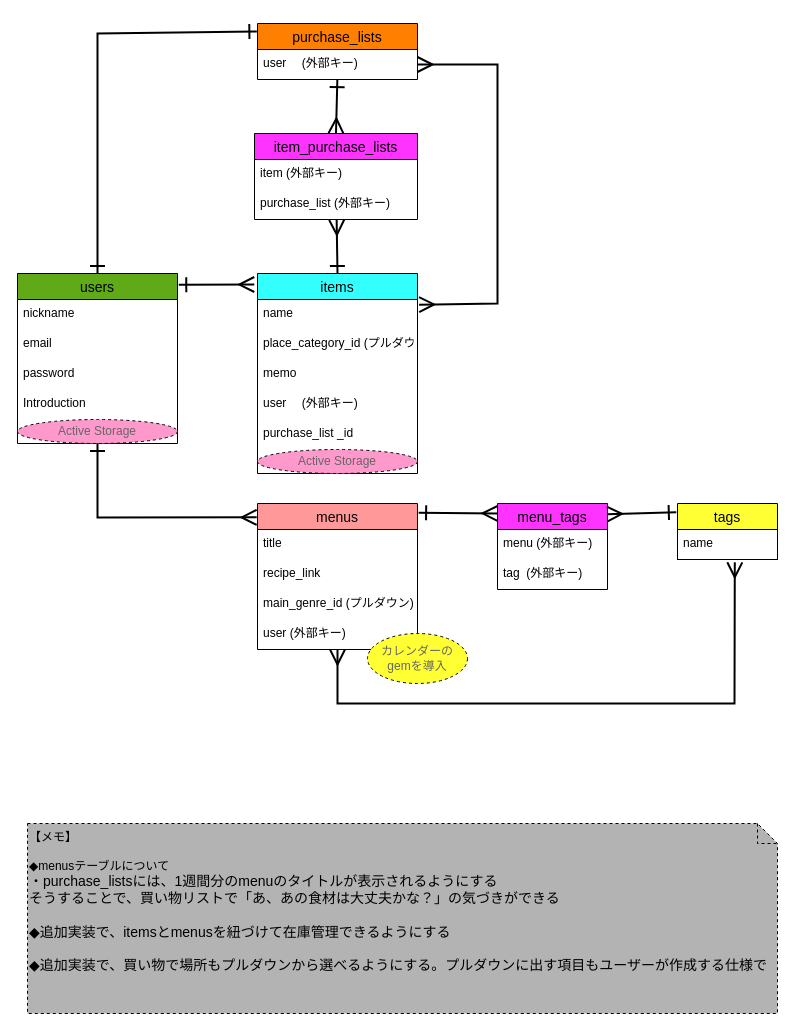
The draw.io diagram page "案1" (1 of 2) of ER.dio in miyazato1872/shopping_memo, before the edit. Source tidied: cells renumbered, new cells numbered last; positions are measured from the earlier drawing's top-left corner, leaving out a move shared by most shapes. Both pictures are drawn from the tidied source at 100%, with x=0, y=0 at pixel (17, 23).
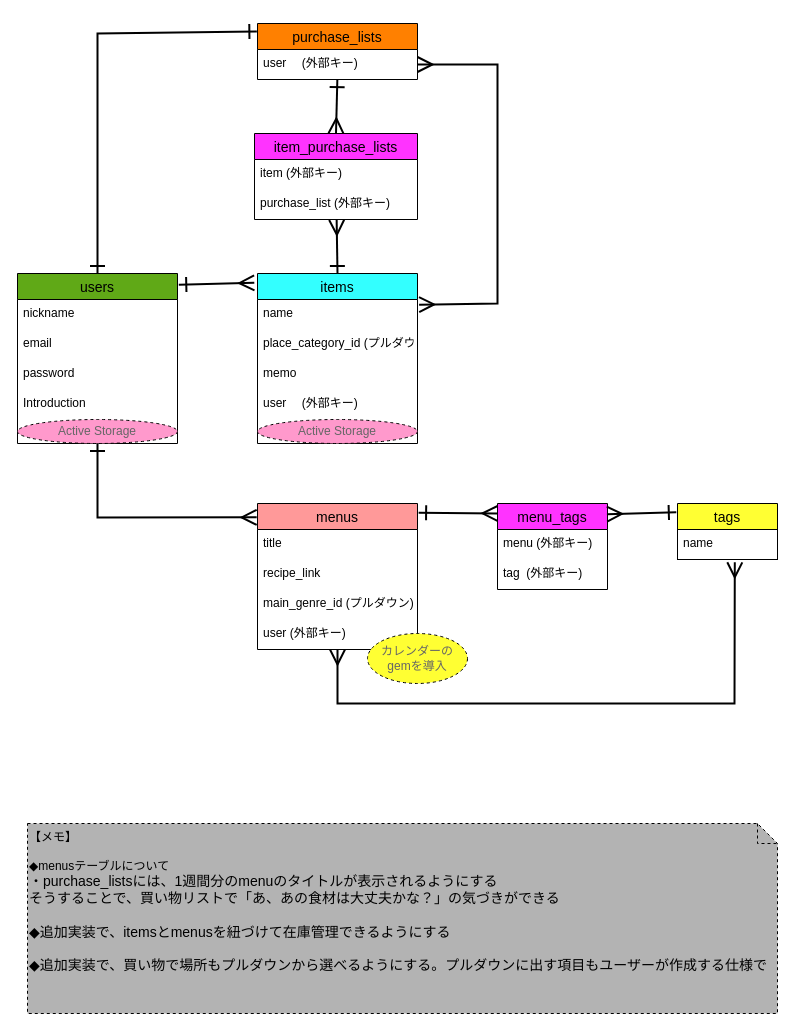
The same diagram, later.

Diff of the diagram source:
```diff
@@
     <mxCell id="8" value="items" style="swimlane;fontStyle=0;horizontal=1;startSize=26;align=center;fontSize=14;rounded=0;swimlaneLine=1;glass=0;shadow=0;fillColor=#33FFFF;fontColor=#000000;" parent="1" vertex="1">
-      <mxGeometry x="240" y="250" width="160" height="200" as="geometry" />
+      <mxGeometry x="240" y="250" width="160" height="170" as="geometry" />
     </mxCell>
@@
-    <mxCell id="13" value="purchase_list _id" style="text;strokeColor=none;fillColor=none;spacingLeft=4;spacingRight=4;overflow=hidden;fontSize=12;" parent="8" vertex="1">
-      <mxGeometry y="146" width="160" height="30" as="geometry" />
-    </mxCell>
     <mxCell id="14" value="Active Storage" style="ellipse;whiteSpace=wrap;html=1;align=center;rounded=0;shadow=0;glass=0;dashed=1;sketch=0;strokeColor=#000000;strokeWidth=1;fontColor=#666666;fillColor=#FF99CC;gradientColor=none;" parent="8" vertex="1">
-      <mxGeometry y="176" width="160" height="24" as="geometry" />
+      <mxGeometry y="146" width="160" height="24" as="geometry" />
     </mxCell>
```
